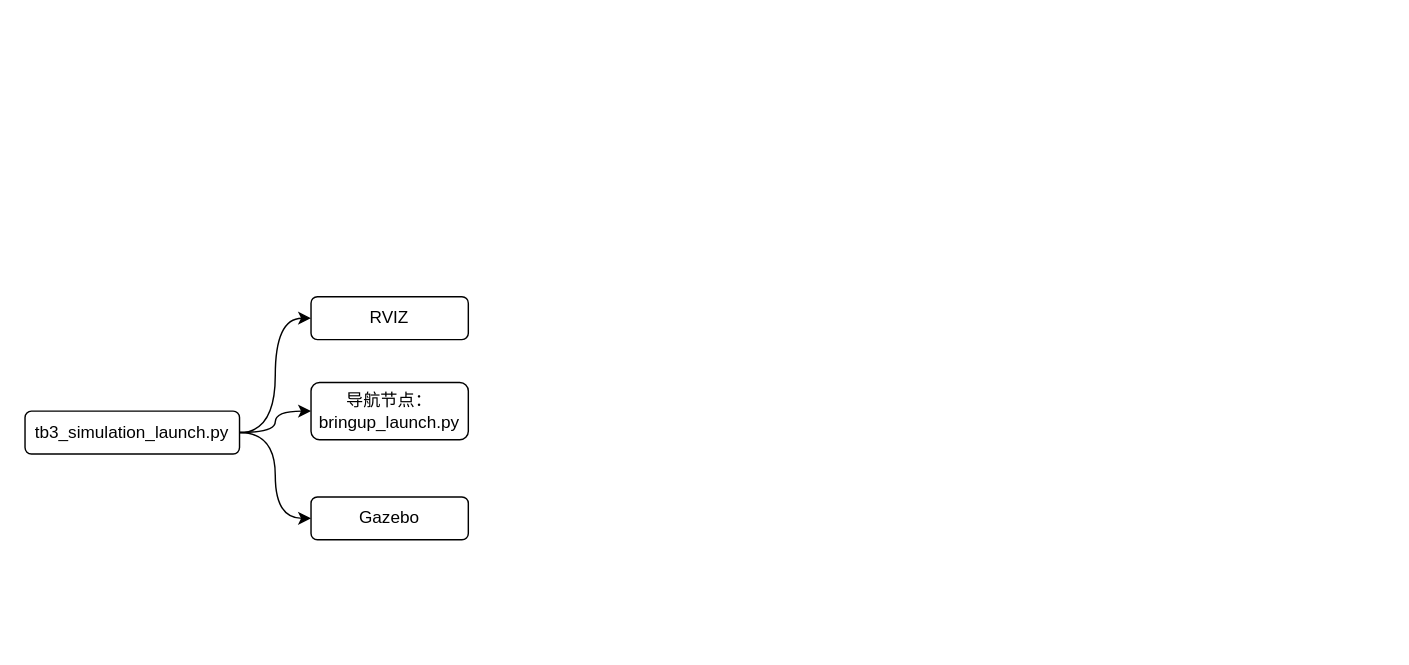
mailonghua/drawio keeps this draw.io diagram as LLM/nav2-follow.drawio. Above is the earlier version. Source tidied: cells renumbered, new cells numbered last; positions are measured from the earlier drawing's top-left corner, leaving out a move shared by most shapes. Both pictures are drawn from the tidied source at 143%, with x=0, y=0 at pixel (24, 296).
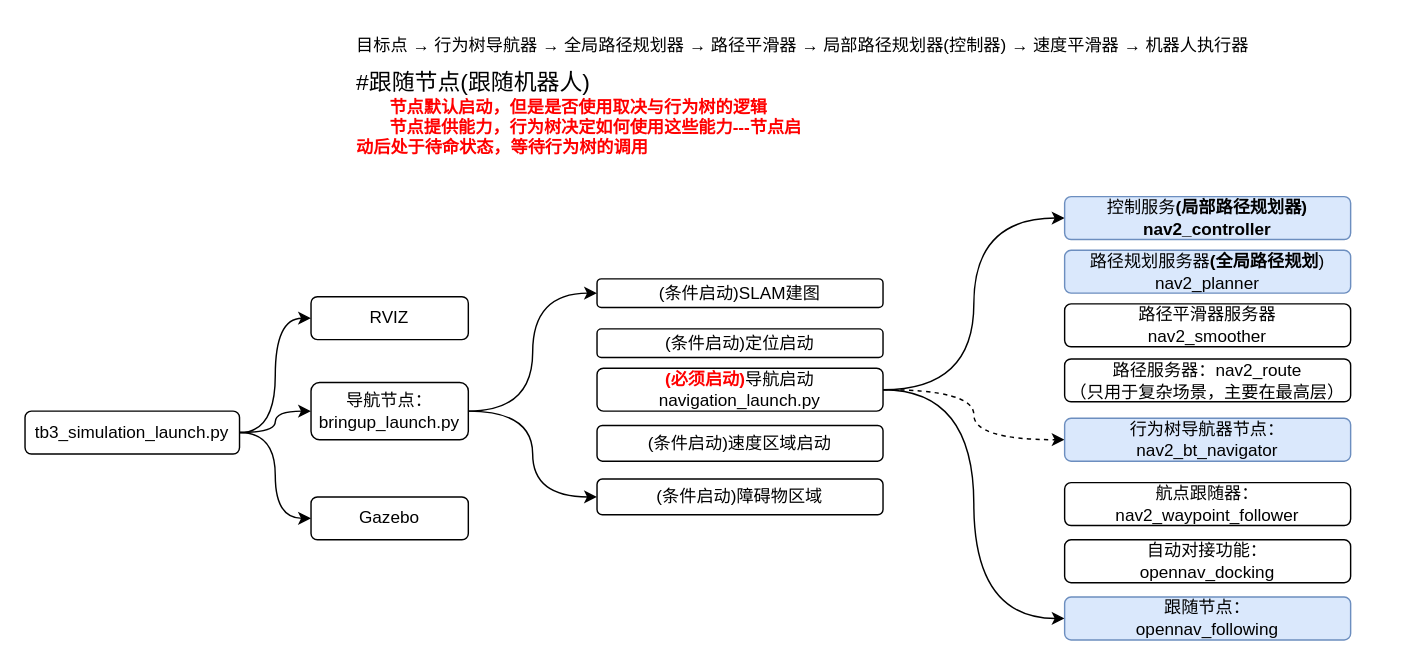
The same diagram, later.

The change refers to these unchanged cells:
```xml
<mxCell id="7" value="导航节点：bringup_launch.py" style="rounded=1;whiteSpace=wrap;html=1;" parent="1" vertex="1">
  <mxGeometry x="200" y="60" width="110" height="40" as="geometry" />
</mxCell>
```

Change to the diagram source:
```diff
@@
+    <mxCell id="9" style="edgeStyle=orthogonalEdgeStyle;curved=1;rounded=0;jettySize=auto;html=1;exitX=1;exitY=0.5;exitDx=0;exitDy=0;entryX=0;entryY=0.5;entryDx=0;entryDy=0;" parent="1" edge="1" source="7" target="11">
+      <mxGeometry relative="1" as="geometry" />
+    </mxCell>
+    <mxCell id="10" style="edgeStyle=orthogonalEdgeStyle;curved=1;rounded=0;jettySize=auto;html=1;exitX=1;exitY=0.5;exitDx=0;exitDy=0;entryX=0;entryY=0.5;entryDx=0;entryDy=0;" parent="1" edge="1" source="7" target="13">
+      <mxGeometry relative="1" as="geometry" />
+    </mxCell>
@@
+    <mxCell id="11" value="(条件启动)SLAM建图" style="rounded=1;whiteSpace=wrap;html=1;" parent="1" vertex="1">
+      <mxGeometry x="400" y="-12.5" width="200" height="20" as="geometry" />
+    </mxCell>
+    <mxCell id="12" value="(条件启动)定位启动" style="rounded=1;whiteSpace=wrap;html=1;" parent="1" vertex="1">
+      <mxGeometry x="400" y="22.5" width="200" height="20" as="geometry" />
+    </mxCell>
+    <mxCell id="13" value="(条件启动)障碍物区域" style="rounded=1;whiteSpace=wrap;html=1;" parent="1" vertex="1">
+      <mxGeometry x="400" y="127.5" width="200" height="25" as="geometry" />
+    </mxCell>
+    <mxCell id="14" value="(条件启动)速度区域启动" style="rounded=1;whiteSpace=wrap;html=1;" parent="1" vertex="1">
+      <mxGeometry x="400" y="90" width="200" height="25" as="geometry" />
+    </mxCell>
+    <mxCell id="15" style="edgeStyle=orthogonalEdgeStyle;curved=1;rounded=0;jettySize=auto;html=1;exitX=1;exitY=0.5;exitDx=0;exitDy=0;entryX=0;entryY=0.5;entryDx=0;entryDy=0;" parent="1" edge="1" source="18" target="19">
+      <mxGeometry relative="1" as="geometry" />
+    </mxCell>
+    <mxCell id="16" style="edgeStyle=orthogonalEdgeStyle;curved=1;rounded=0;jettySize=auto;html=1;exitX=1;exitY=0.5;exitDx=0;exitDy=0;entryX=0;entryY=0.5;entryDx=0;entryDy=0;" parent="1" edge="1" source="18" target="26">
+      <mxGeometry relative="1" as="geometry" />
+    </mxCell>
+    <mxCell id="17" style="edgeStyle=orthogonalEdgeStyle;curved=1;rounded=0;jettySize=auto;html=1;exitX=1;exitY=0.5;exitDx=0;exitDy=0;entryX=0;entryY=0.5;entryDx=0;entryDy=0;dashed=1;" parent="1" edge="1" source="18" target="23">
+      <mxGeometry relative="1" as="geometry" />
+    </mxCell>
+    <mxCell id="18" value="&lt;b&gt;&lt;font style=&quot;color: rgb(255, 0, 0);&quot;&gt;(必须启动)&lt;/font&gt;&lt;/b&gt;导航启动navigation_launch.py" style="rounded=1;whiteSpace=wrap;html=1;" parent="1" vertex="1">
+      <mxGeometry x="400" y="50" width="200" height="30" as="geometry" />
+    </mxCell>
+    <mxCell id="19" value="&lt;font&gt;&lt;font style=&quot;color: rgb(0, 0, 0);&quot;&gt;&lt;font style=&quot;color: rgb(0, 0, 0);&quot;&gt;控制服务&lt;/font&gt;&lt;b style=&quot;color: light-dark(rgb(0, 0, 0), rgb(237, 237, 237));&quot;&gt;(局部路径规划器)&lt;/b&gt;&lt;br&gt;&lt;b&gt;nav2_controller&lt;/b&gt;&lt;/font&gt;&lt;/font&gt;" style="rounded=1;whiteSpace=wrap;html=1;strokeColor=#6c8ebf;fontStyle=0;fillColor=#dae8fc;" parent="1" vertex="1">
+      <mxGeometry x="727" y="-70" width="200" height="30" as="geometry" />
+    </mxCell>
+    <mxCell id="20" value="&lt;font style=&quot;color: rgb(0, 0, 0);&quot;&gt;&lt;font style=&quot;color: rgb(0, 0, 0);&quot;&gt;路径规划服务器&lt;/font&gt;&lt;b style=&quot;color: light-dark(rgb(0, 0, 0), rgb(237, 237, 237));&quot;&gt;(全局路径规划&lt;/b&gt;&lt;font style=&quot;color: rgb(0, 0, 0);&quot;&gt;)&lt;/font&gt;&lt;br&gt;nav2_planner&lt;/font&gt;" style="rounded=1;whiteSpace=wrap;html=1;strokeColor=#6c8ebf;fontStyle=0;fillColor=#dae8fc;" parent="1" vertex="1">
+      <mxGeometry x="727" y="-32.5" width="200" height="30" as="geometry" />
+    </mxCell>
+    <mxCell id="21" value="&lt;span&gt;路径平滑器服务器&lt;br&gt;nav2_smoother&lt;/span&gt;" style="rounded=1;whiteSpace=wrap;html=1;strokeColor=#000000;fontStyle=0;" parent="1" vertex="1">
+      <mxGeometry x="727" y="5" width="200" height="30" as="geometry" />
+    </mxCell>
+    <mxCell id="22" value="&lt;span&gt;路径服务器：nav2_route&lt;br&gt;（只用于复杂场景，主要在最高层）&lt;/span&gt;" style="rounded=1;whiteSpace=wrap;html=1;strokeColor=#000000;fontStyle=0;" parent="1" vertex="1">
+      <mxGeometry x="727" y="43.5" width="200" height="30" as="geometry" />
+    </mxCell>
+    <mxCell id="23" value="行为树导航器节点：&lt;br&gt;nav2_bt_navigator" style="rounded=1;whiteSpace=wrap;html=1;strokeColor=#6c8ebf;fontStyle=0;fillColor=#dae8fc;" parent="1" vertex="1">
+      <mxGeometry x="727" y="85" width="200" height="30" as="geometry" />
+    </mxCell>
+    <mxCell id="24" value="航点跟随器：nav2_waypoint_follower" style="rounded=1;whiteSpace=wrap;html=1;strokeColor=#000000;fontStyle=0;" parent="1" vertex="1">
+      <mxGeometry x="727" y="130" width="200" height="30" as="geometry" />
+    </mxCell>
+    <mxCell id="25" value="自动对接功能：&lt;br&gt;opennav_docking" style="rounded=1;whiteSpace=wrap;html=1;strokeColor=#000000;fontStyle=0;" parent="1" vertex="1">
+      <mxGeometry x="727" y="170" width="200" height="30" as="geometry" />
+    </mxCell>
+    <mxCell id="26" value="跟随节点：&lt;br&gt;opennav_following" style="rounded=1;whiteSpace=wrap;html=1;strokeColor=#6c8ebf;fontStyle=0;fillColor=#dae8fc;" parent="1" vertex="1">
+      <mxGeometry x="727" y="210" width="200" height="30" as="geometry" />
+    </mxCell>
+    <mxCell id="27" value="目标点 → 行为树导航器 → 全局路径规划器 → 路径平滑器 → 局部路径规划器(控制器) → 速度平滑器 → 机器人执行器" style="text;strokeColor=none;align=left;fillColor=none;html=1;verticalAlign=middle;whiteSpace=wrap;rounded=0;" parent="1" vertex="1">
+      <mxGeometry x="230" y="-190" width="720" height="30" as="geometry" />
+    </mxCell>
+    <mxCell id="28" value="&lt;div&gt;&lt;font style=&quot;font-size: 16px;&quot;&gt;#跟随节点(跟随机器人)&lt;/font&gt;&lt;/div&gt;&lt;div&gt;&amp;nbsp; &amp;nbsp; &amp;nbsp; &amp;nbsp;&lt;b&gt;&lt;font style=&quot;color: rgb(255, 0, 0);&quot;&gt;节点默认启动，但是是否使用取决与行为树的逻辑&lt;/font&gt;&lt;/b&gt;&lt;/div&gt;&lt;div&gt;&lt;b&gt;&lt;font style=&quot;color: rgb(255, 0, 0);&quot;&gt;&amp;nbsp; &amp;nbsp; &amp;nbsp; &amp;nbsp;节点提供能力，行为树决定如何使用这些能力---节点启动后处于待命状态，等待行为树的调用&lt;/font&gt;&lt;/b&gt;&lt;/div&gt;" style="text;strokeColor=none;align=left;fillColor=none;html=1;verticalAlign=middle;whiteSpace=wrap;rounded=0;" parent="1" vertex="1">
+      <mxGeometry x="230" y="-170" width="320" height="83.5" as="geometry" />
+    </mxCell>
```
